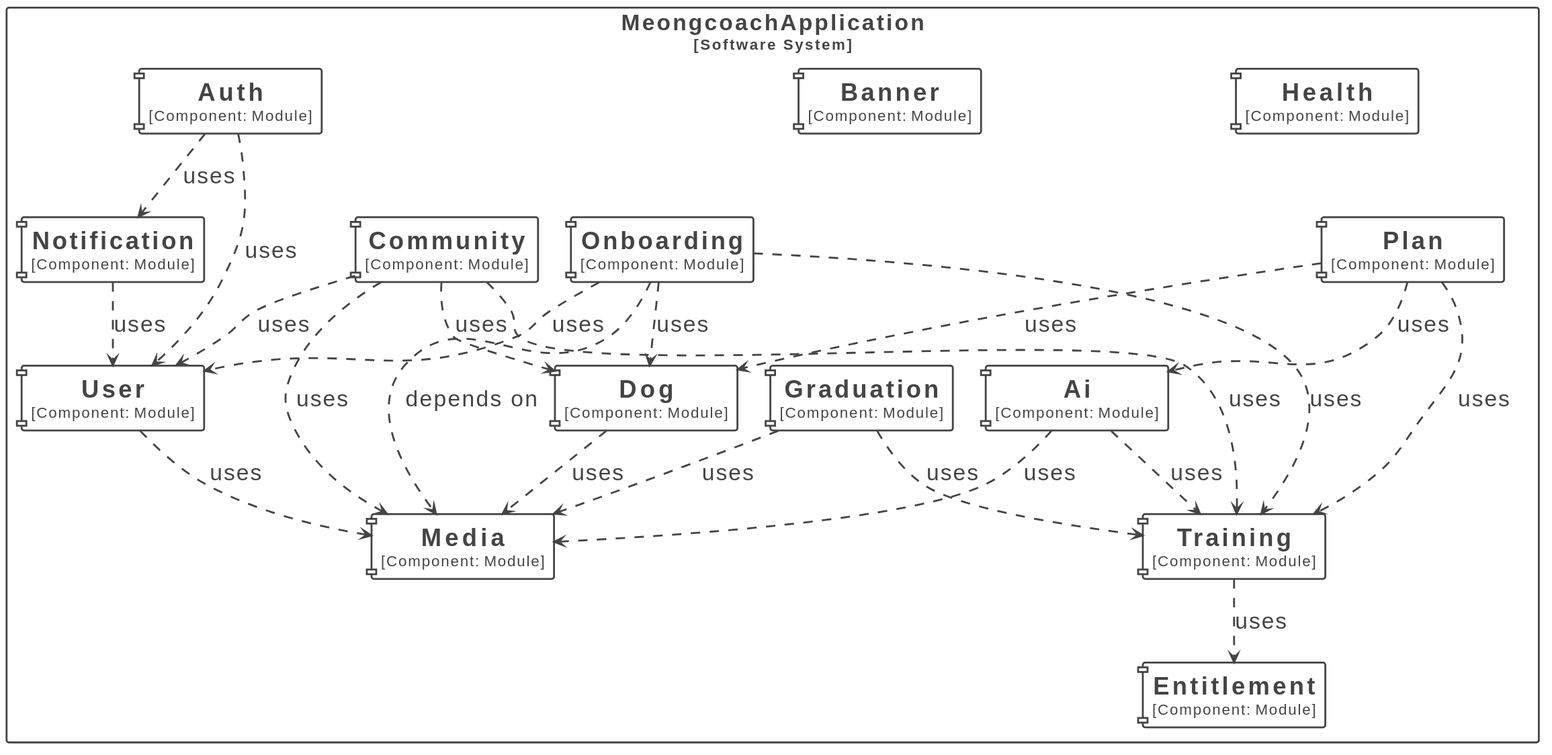
DaeSaBu/meongcoach-BE keeps this PlantUML diagram as docs/images/module-dependencies.svg. Above is the earlier version.
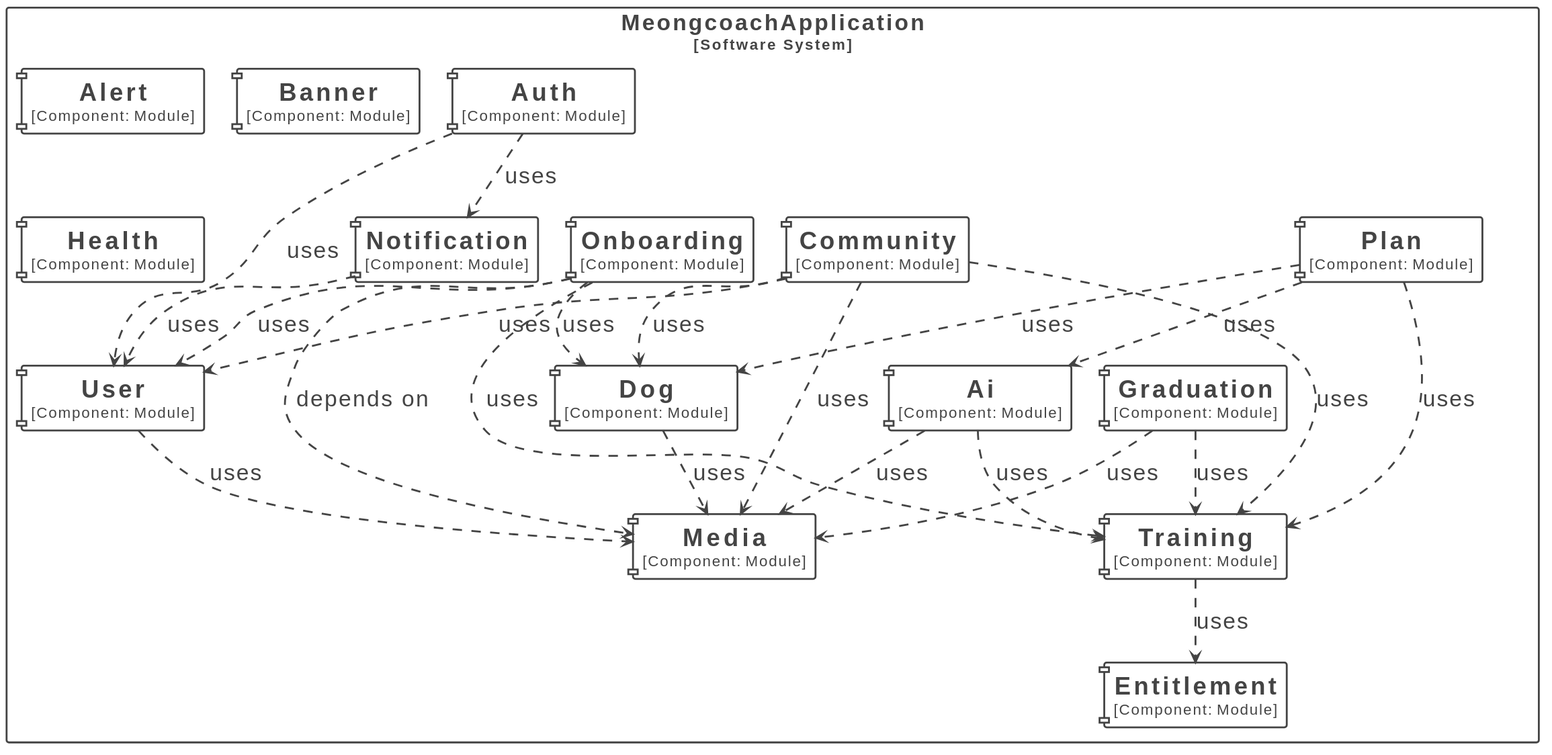
After the change.

Commit message:
docs: alert 모듈 추가 후 모듈 의존 다이어그램 갱신

What changed in the source:
```diff
@@ -46,6 +46,7 @@
 </style>
 
 rectangle "MeongcoachApplication\n<size:16>[Software System]</size>" <<Boundary-TWVvbmdjb2FjaEFwcGxpY2F0aW9u>> {
+  component "==User\n<size:16>[Component: Module]</size>" <<Element-RWxlbWVudCxDb21wb25lbnQ=>> as MeongcoachApplication.MeongcoachApplication.User
   component "==Ai\n<size:16>[Component: Module]</size>" <<Element-RWxlbWVudCxDb21wb25lbnQ=>> as MeongcoachApplication.MeongcoachApplication.Ai
   component "==Community\n<size:16>[Component: Module]</size>" <<Element-RWxlbWVudCxDb21wb25lbnQ=>> as MeongcoachApplication.MeongcoachApplication.Community
   component "==Graduation\n<size:16>[Component: Module]</size>" <<Element-RWxlbWVudCxDb21wb25lbnQ=>> as MeongcoachApplication.MeongcoachApplication.Graduation
@@ -53,34 +54,34 @@
   component "==Onboarding\n<size:16>[Component: Module]</size>" <<Element-RWxlbWVudCxDb21wb25lbnQ=>> as MeongcoachApplication.MeongcoachApplication.Onboarding
   component "==Auth\n<size:16>[Component: Module]</size>" <<Element-RWxlbWVudCxDb21wb25lbnQ=>> as MeongcoachApplication.MeongcoachApplication.Auth
   component "==Plan\n<size:16>[Component: Module]</size>" <<Element-RWxlbWVudCxDb21wb25lbnQ=>> as MeongcoachApplication.MeongcoachApplication.Plan
+  component "==Alert\n<size:16>[Component: Module]</size>" <<Element-RWxlbWVudCxDb21wb25lbnQ=>> as MeongcoachApplication.MeongcoachApplication.Alert
   component "==Banner\n<size:16>[Component: Module]</size>" <<Element-RWxlbWVudCxDb21wb25lbnQ=>> as MeongcoachApplication.MeongcoachApplication.Banner
   component "==Entitlement\n<size:16>[Component: Module]</size>" <<Element-RWxlbWVudCxDb21wb25lbnQ=>> as MeongcoachApplication.MeongcoachApplication.Entitlement
   component "==Health\n<size:16>[Component: Module]</size>" <<Element-RWxlbWVudCxDb21wb25lbnQ=>> as MeongcoachApplication.MeongcoachApplication.Health
   component "==Media\n<size:16>[Component: Module]</size>" <<Element-RWxlbWVudCxDb21wb25lbnQ=>> as MeongcoachApplication.MeongcoachApplication.Media
   component "==Dog\n<size:16>[Component: Module]</size>" <<Element-RWxlbWVudCxDb21wb25lbnQ=>> as MeongcoachApplication.MeongcoachApplication.Dog
   component "==Training\n<size:16>[Component: Module]</size>" <<Element-RWxlbWVudCxDb21wb25lbnQ=>> as MeongcoachApplication.MeongcoachApplication.Training
-  component "==User\n<size:16>[Component: Module]</size>" <<Element-RWxlbWVudCxDb21wb25lbnQ=>> as MeongcoachApplication.MeongcoachApplication.User
 }
 
-MeongcoachApplication.MeongcoachApplication.User --> MeongcoachApplication.MeongcoachApplication.Media <<Relationship-UmVsYXRpb25zaGlw>> : "uses"
-MeongcoachApplication.MeongcoachApplication.Auth --> MeongcoachApplication.MeongcoachApplication.User <<Relationship-UmVsYXRpb25zaGlw>> : "uses"
-MeongcoachApplication.MeongcoachApplication.Auth --> MeongcoachApplication.MeongcoachApplication.Notification <<Relationship-UmVsYXRpb25zaGlw>> : "uses"
-MeongcoachApplication.MeongcoachApplication.Dog --> MeongcoachApplication.MeongcoachApplication.Media <<Relationship-UmVsYXRpb25zaGlw>> : "uses"
+MeongcoachApplication.MeongcoachApplication.Training --> MeongcoachApplication.MeongcoachApplication.Entitlement <<Relationship-UmVsYXRpb25zaGlw>> : "uses"
 MeongcoachApplication.MeongcoachApplication.Community --> MeongcoachApplication.MeongcoachApplication.User <<Relationship-UmVsYXRpb25zaGlw>> : "uses"
 MeongcoachApplication.MeongcoachApplication.Community --> MeongcoachApplication.MeongcoachApplication.Dog <<Relationship-UmVsYXRpb25zaGlw>> : "uses"
 MeongcoachApplication.MeongcoachApplication.Community --> MeongcoachApplication.MeongcoachApplication.Training <<Relationship-UmVsYXRpb25zaGlw>> : "uses"
 MeongcoachApplication.MeongcoachApplication.Community --> MeongcoachApplication.MeongcoachApplication.Media <<Relationship-UmVsYXRpb25zaGlw>> : "uses"
-MeongcoachApplication.MeongcoachApplication.Training --> MeongcoachApplication.MeongcoachApplication.Entitlement <<Relationship-UmVsYXRpb25zaGlw>> : "uses"
-MeongcoachApplication.MeongcoachApplication.Notification --> MeongcoachApplication.MeongcoachApplication.User <<Relationship-UmVsYXRpb25zaGlw>> : "uses"
 MeongcoachApplication.MeongcoachApplication.Graduation --> MeongcoachApplication.MeongcoachApplication.Training <<Relationship-UmVsYXRpb25zaGlw>> : "uses"
 MeongcoachApplication.MeongcoachApplication.Graduation --> MeongcoachApplication.MeongcoachApplication.Media <<Relationship-UmVsYXRpb25zaGlw>> : "uses"
+MeongcoachApplication.MeongcoachApplication.Auth --> MeongcoachApplication.MeongcoachApplication.User <<Relationship-UmVsYXRpb25zaGlw>> : "uses"
+MeongcoachApplication.MeongcoachApplication.Auth --> MeongcoachApplication.MeongcoachApplication.Notification <<Relationship-UmVsYXRpb25zaGlw>> : "uses"
+MeongcoachApplication.MeongcoachApplication.Ai --> MeongcoachApplication.MeongcoachApplication.Training <<Relationship-UmVsYXRpb25zaGlw>> : "uses"
+MeongcoachApplication.MeongcoachApplication.Ai --> MeongcoachApplication.MeongcoachApplication.Media <<Relationship-UmVsYXRpb25zaGlw>> : "uses"
+MeongcoachApplication.MeongcoachApplication.Notification --> MeongcoachApplication.MeongcoachApplication.User <<Relationship-UmVsYXRpb25zaGlw>> : "uses"
 MeongcoachApplication.MeongcoachApplication.Onboarding --> MeongcoachApplication.MeongcoachApplication.Media <<Relationship-UmVsYXRpb25zaGlw>> : "depends on"
 MeongcoachApplication.MeongcoachApplication.Onboarding --> MeongcoachApplication.MeongcoachApplication.User <<Relationship-UmVsYXRpb25zaGlw>> : "uses"
 MeongcoachApplication.MeongcoachApplication.Onboarding --> MeongcoachApplication.MeongcoachApplication.Dog <<Relationship-UmVsYXRpb25zaGlw>> : "uses"
 MeongcoachApplication.MeongcoachApplication.Onboarding --> MeongcoachApplication.MeongcoachApplication.Training <<Relationship-UmVsYXRpb25zaGlw>> : "uses"
+MeongcoachApplication.MeongcoachApplication.User --> MeongcoachApplication.MeongcoachApplication.Media <<Relationship-UmVsYXRpb25zaGlw>> : "uses"
 MeongcoachApplication.MeongcoachApplication.Plan --> MeongcoachApplication.MeongcoachApplication.Ai <<Relationship-UmVsYXRpb25zaGlw>> : "uses"
 MeongcoachApplication.MeongcoachApplication.Plan --> MeongcoachApplication.MeongcoachApplication.Training <<Relationship-UmVsYXRpb25zaGlw>> : "uses"
 MeongcoachApplication.MeongcoachApplication.Plan --> MeongcoachApplication.MeongcoachApplication.Dog <<Relationship-UmVsYXRpb25zaGlw>> : "uses"
-MeongcoachApplication.MeongcoachApplication.Ai --> MeongcoachApplication.MeongcoachApplication.Training <<Relationship-UmVsYXRpb25zaGlw>> : "uses"
-MeongcoachApplication.MeongcoachApplication.Ai --> MeongcoachApplication.MeongcoachApplication.Media <<Relationship-UmVsYXRpb25zaGlw>> : "uses"
+MeongcoachApplication.MeongcoachApplication.Dog --> MeongcoachApplication.MeongcoachApplication.Media <<Relationship-UmVsYXRpb25zaGlw>> : "uses"
 @enduml
```
